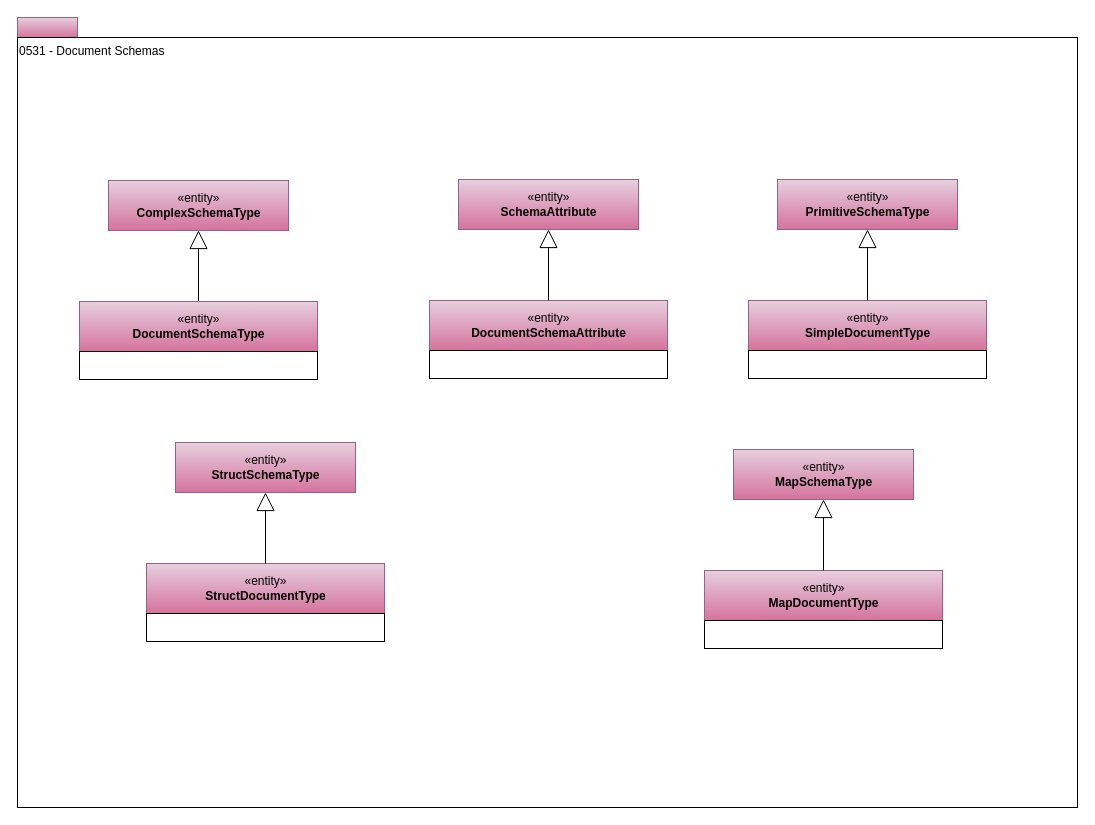
This is page "0531-Document-Schemas" (12 of 27) of open-metadata-publication/website/open-metadata-types/area-5-models-and-schema.drawio from odpi/egeria, a draw.io file, before an edit. Source tidied: cells renumbered, new cells numbered last; positions are measured from the earlier drawing's top-left corner, leaving out a move shared by most shapes. Both pictures are drawn from the tidied source at 100%, with x=0, y=0 at pixel (17, 17).
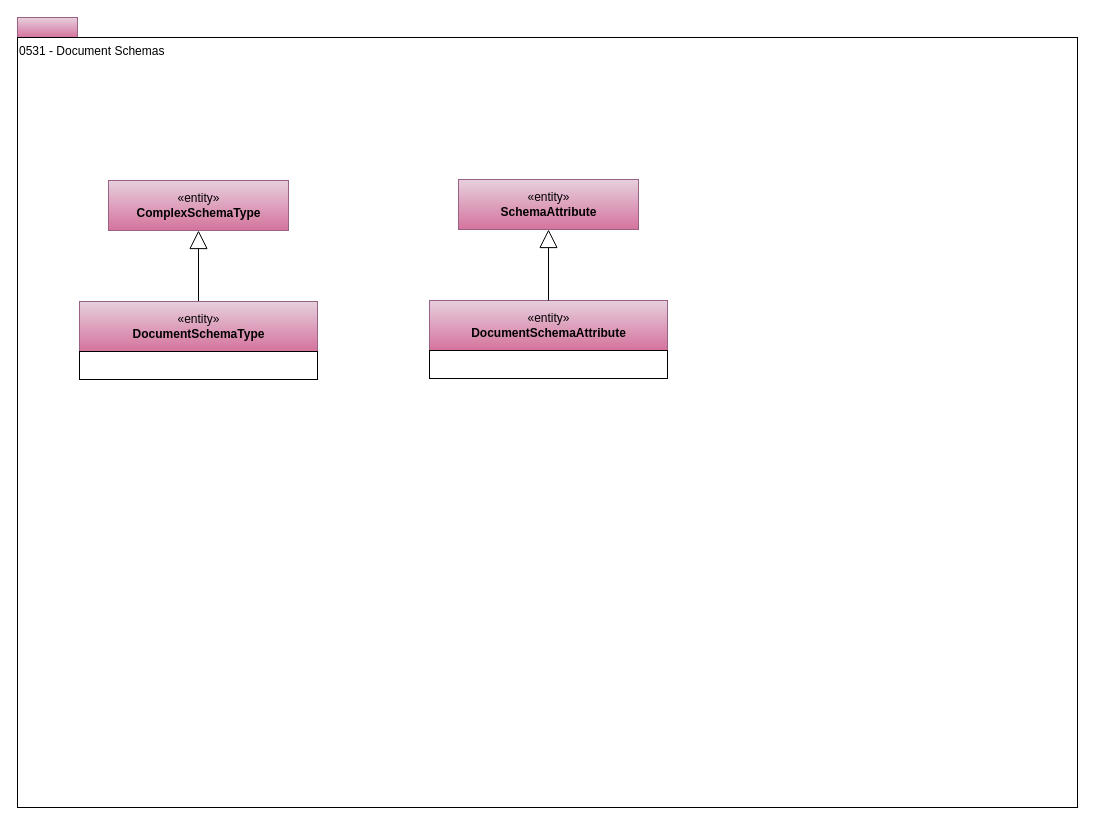
After the change.

Change to the diagram source:
```diff
@@
-    <mxCell id="7" value="«entity»&lt;br&gt;&lt;b&gt;PrimitiveSchemaType&lt;/b&gt;" style="html=1;strokeColor=#996185;align=center;fillColor=#e6d0de;gradientColor=#d5739d;" parent="1" vertex="1">
-      <mxGeometry x="760" y="162" width="180" height="50" as="geometry" />
-    </mxCell>
-    <mxCell id="8" value="«entity»&lt;br&gt;&lt;b&gt;MapSchemaType&lt;/b&gt;" style="html=1;strokeColor=#996185;align=center;fillColor=#e6d0de;gradientColor=#d5739d;" parent="1" vertex="1">
-      <mxGeometry x="716" y="432" width="180" height="50" as="geometry" />
-    </mxCell>
-    <mxCell id="9" value="«entity»&lt;br&gt;&lt;b&gt;StructSchemaType&lt;/b&gt;" style="html=1;strokeColor=#996185;align=center;fillColor=#e6d0de;gradientColor=#d5739d;" parent="1" vertex="1">
-      <mxGeometry x="158" y="425" width="180" height="50" as="geometry" />
-    </mxCell>
@@
-    <mxCell id="16" style="group;" parent="1" vertex="1">
-      <mxGeometry x="731" y="283" width="238" height="78" as="geometry" />
-    </mxCell>
-    <mxCell id="17" value="«entity»&lt;br&gt;&lt;b&gt;SimpleDocumentType&lt;/b&gt;" style="html=1;strokeColor=#996185;align=center;fillColor=#e6d0de;gradientColor=#d5739d;" parent="16" vertex="1">
-      <mxGeometry width="238" height="50" as="geometry" />
-    </mxCell>
-    <mxCell id="18" style="rounded=0;whiteSpace=wrap;html=1;strokeColor=#000000;gradientColor=#ffffff;align=left;" parent="16" vertex="1">
-      <mxGeometry y="50" width="238" height="28" as="geometry" />
-    </mxCell>
-    <mxCell id="19" style="group;" parent="1" vertex="1">
-      <mxGeometry x="129" y="546" width="238" height="78" as="geometry" />
-    </mxCell>
-    <mxCell id="20" value="«entity»&lt;br&gt;&lt;b&gt;StructDocumentType&lt;/b&gt;" style="html=1;strokeColor=#996185;align=center;fillColor=#e6d0de;gradientColor=#d5739d;" parent="19" vertex="1">
-      <mxGeometry width="238" height="50" as="geometry" />
-    </mxCell>
-    <mxCell id="21" style="rounded=0;whiteSpace=wrap;html=1;strokeColor=#000000;gradientColor=#ffffff;align=left;" parent="19" vertex="1">
-      <mxGeometry y="50" width="238" height="28" as="geometry" />
-    </mxCell>
-    <mxCell id="22" style="group;" parent="1" vertex="1">
-      <mxGeometry x="687" y="553" width="238" height="78" as="geometry" />
-    </mxCell>
-    <mxCell id="23" value="«entity»&lt;br&gt;&lt;b&gt;MapDocumentType&lt;/b&gt;" style="html=1;strokeColor=#996185;align=center;fillColor=#e6d0de;gradientColor=#d5739d;" parent="22" vertex="1">
-      <mxGeometry width="238" height="50" as="geometry" />
-    </mxCell>
-    <mxCell id="24" style="rounded=0;whiteSpace=wrap;html=1;strokeColor=#000000;gradientColor=#ffffff;align=left;" parent="22" vertex="1">
-      <mxGeometry y="50" width="238" height="28" as="geometry" />
-    </mxCell>
@@
-    <mxCell id="26" style="edgeStyle=orthogonalEdgeStyle;rounded=0;jettySize=auto;html=1;exitX=0.5;exitY=0;exitDx=0;exitDy=0;startSize=6;endArrow=block;endFill=0;endSize=16;" parent="1" edge="1" source="17" target="7">
-      <mxGeometry relative="1" as="geometry" />
-    </mxCell>
-    <mxCell id="27" style="edgeStyle=orthogonalEdgeStyle;rounded=0;jettySize=auto;html=1;exitX=0.5;exitY=0;exitDx=0;exitDy=0;entryX=0.5;entryY=1;entryDx=0;entryDy=0;startSize=6;endArrow=block;endFill=0;endSize=16;" parent="1" edge="1" source="20" target="9">
-      <mxGeometry relative="1" as="geometry" />
-    </mxCell>
-    <mxCell id="28" style="edgeStyle=orthogonalEdgeStyle;rounded=0;jettySize=auto;html=1;exitX=0.5;exitY=0;exitDx=0;exitDy=0;entryX=0.5;entryY=1;entryDx=0;entryDy=0;startSize=6;endArrow=block;endFill=0;endSize=16;" parent="1" edge="1" source="23" target="8">
-      <mxGeometry relative="1" as="geometry" />
-    </mxCell>
```
